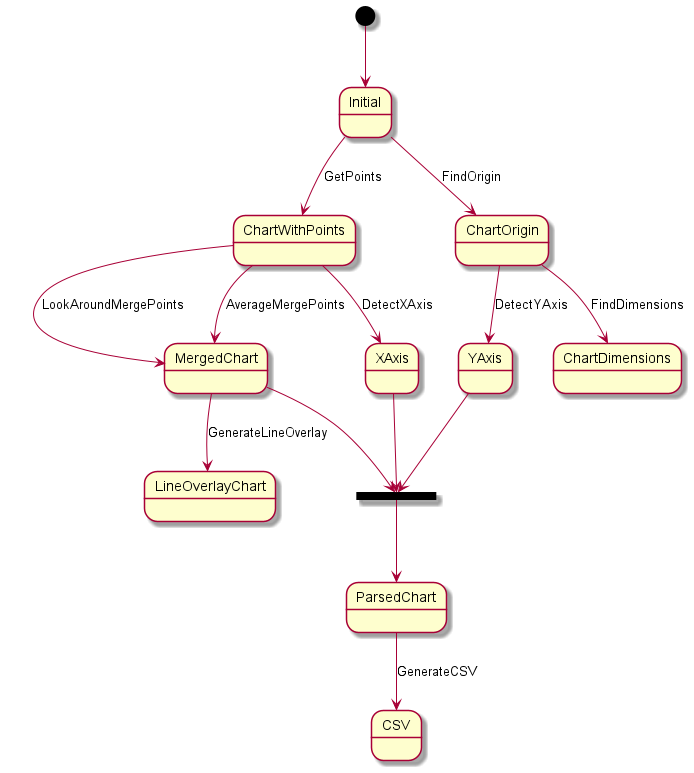
The PlantUML diagram diagrams/ParserStates.png in profiluefter/chart2csv, before a commit.
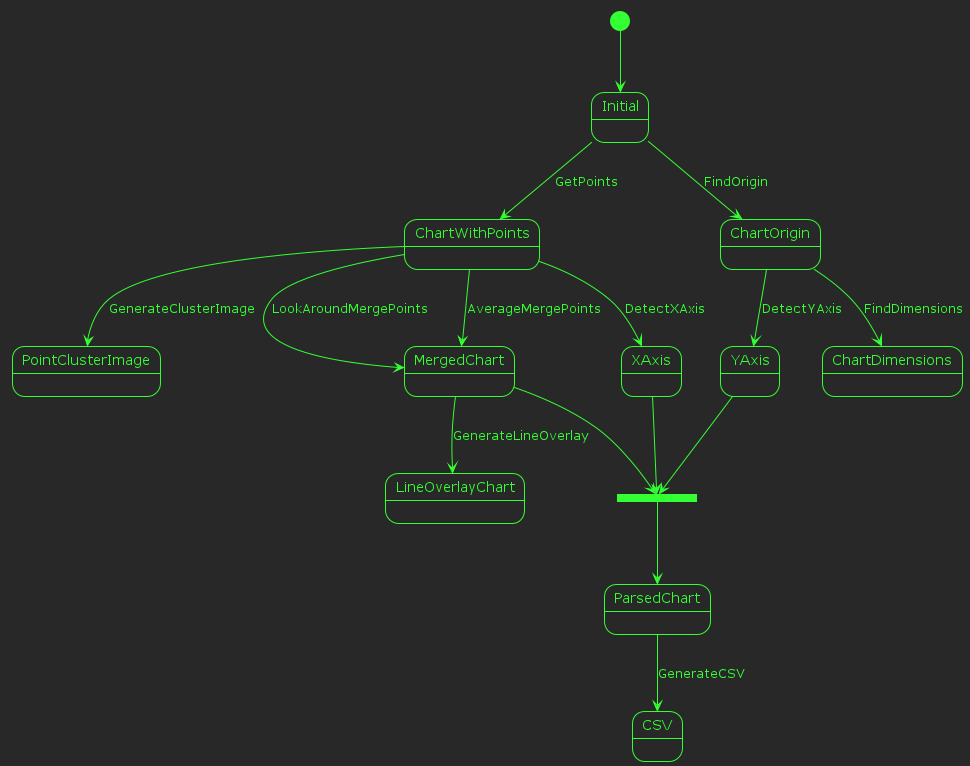
The same file after the commit.

Diff of the diagram source:
```diff
@@ -1,7 +1,10 @@
 @startuml
+
+!theme crt-green
 
 [*] --> Initial
 Initial --> ChartWithPoints : GetPoints
+ChartWithPoints --> PointClusterImage : GenerateClusterImage
 ChartWithPoints --> MergedChart : LookAroundMergePoints
 ChartWithPoints --> MergedChart : AverageMergePoints
 Initial --> ChartOrigin : FindOrigin
```
